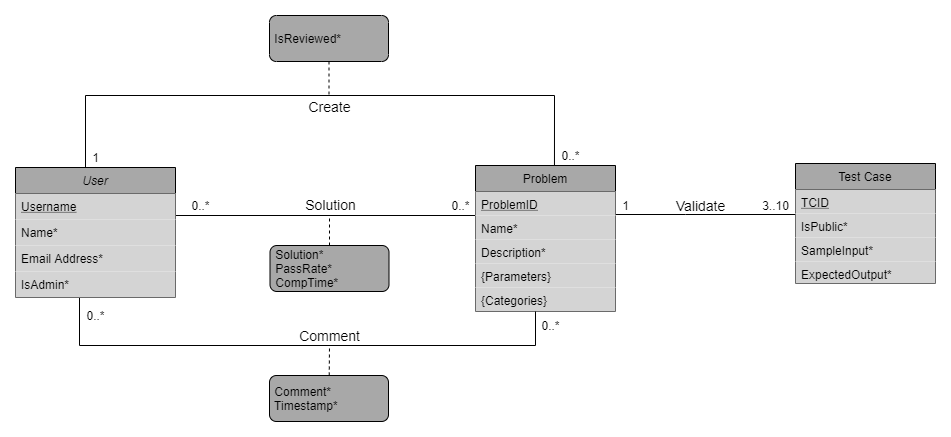
This is docs/img/CS360_Database_Design_Transparent.png from AlgoLearnWCSU/AlgoLearnApi, a draw.io export, as it was before one commit. Source tidied: cells renumbered, new cells last; positions are measured from the earlier drawing's top-left corner, leaving out a move shared by most shapes.
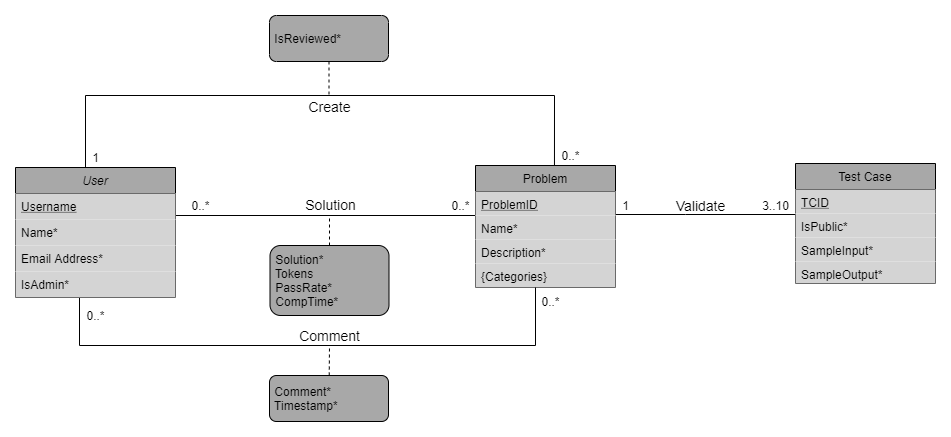
The same diagram one commit later.

Commit message:
#2 remove parameters, change expected to sample

Diff of the diagram source:
```diff
@@ -38,7 +38,7 @@
       </mxGeometry>
     </mxCell>
     <mxCell id="7" value="Problem" style="swimlane;fontStyle=0;horizontal=1;startSize=26;fillColor=#A8A8A8;" parent="1" vertex="1">
-      <mxGeometry x="460" y="150" width="140" height="146" as="geometry" />
+      <mxGeometry x="460" y="150" width="140" height="122" as="geometry" />
     </mxCell>
     <mxCell id="8" value="ProblemID&#10;" style="text;strokeColor=none;align=left;verticalAlign=top;spacingLeft=4;spacingRight=4;overflow=hidden;points=[[0,0.5],[1,0.5]];portConstraint=eastwest;fontStyle=4;fillColor=#D4D4D4;" parent="7" vertex="1">
       <mxGeometry y="26" width="140" height="24" as="geometry" />
@@ -49,11 +49,8 @@
     <mxCell id="10" value="Description*" style="text;strokeColor=none;align=left;verticalAlign=top;spacingLeft=4;spacingRight=4;overflow=hidden;fontStyle=0;fillColor=#D4D4D4;" parent="7" vertex="1">
       <mxGeometry y="74" width="140" height="24" as="geometry" />
     </mxCell>
-    <mxCell id="11" value="{Parameters}" style="text;strokeColor=none;align=left;verticalAlign=top;spacingLeft=4;spacingRight=4;overflow=hidden;fontStyle=0;fillColor=#D4D4D4;" parent="7" vertex="1">
-      <mxGeometry y="98" width="140" height="24" as="geometry" />
-    </mxCell>
     <mxCell id="12" value="{Categories}" style="text;strokeColor=none;align=left;verticalAlign=top;spacingLeft=4;spacingRight=4;overflow=hidden;fontStyle=0;fillColor=#D4D4D4;" parent="7" vertex="1">
-      <mxGeometry y="122" width="140" height="24" as="geometry" />
+      <mxGeometry y="98" width="140" height="24" as="geometry" />
     </mxCell>
     <mxCell id="13" value="0..*" style="text;html=1;align=center;verticalAlign=middle;" parent="1" vertex="1">
       <mxGeometry x="430" y="180" width="30" height="20" as="geometry" />
@@ -80,8 +77,8 @@
         <mxPoint x="314" y="200" as="targetPoint" />
       </mxGeometry>
     </mxCell>
-    <mxCell id="20" value="&amp;nbsp;Solution*&lt;br&gt;&amp;nbsp;PassRate*&lt;br&gt;&amp;nbsp;CompTime*" style="html=1;align=left;perimeter=rectanglePerimeter;rounded=1;fillColor=#A8A8A8;" parent="1" vertex="1">
-      <mxGeometry x="254.5" y="230" width="119" height="46" as="geometry" />
+    <mxCell id="20" value="&amp;nbsp;Solution*&lt;br&gt;&amp;nbsp;Tokens&lt;br&gt;&amp;nbsp;PassRate*&lt;br&gt;&amp;nbsp;CompTime*" style="html=1;align=left;perimeter=rectanglePerimeter;rounded=1;fillColor=#A8A8A8;" parent="1" vertex="1">
+      <mxGeometry x="254.5" y="230" width="119" height="70" as="geometry" />
     </mxCell>
     <mxCell id="21" style="edgeStyle=orthogonalEdgeStyle;rounded=0;jettySize=auto;html=1;entryX=0.4;entryY=0.962;entryDx=0;entryDy=0;entryPerimeter=0;endArrow=none;endFill=0;" parent="1" edge="1" source="7" target="39">
       <mxGeometry relative="1" as="geometry">
@@ -92,7 +89,7 @@
       </mxGeometry>
     </mxCell>
     <mxCell id="22" value="0..*" style="text;html=1;align=center;verticalAlign=middle;" parent="1" vertex="1">
-      <mxGeometry x="520" y="300" width="30" height="20" as="geometry" />
+      <mxGeometry x="520" y="276" width="30" height="20" as="geometry" />
     </mxCell>
     <mxCell id="23" value="0..*" style="text;html=1;align=center;verticalAlign=middle;" parent="1" vertex="1">
       <mxGeometry x="65" y="290" width="30" height="20" as="geometry" />
@@ -129,7 +126,7 @@
     <mxCell id="33" value="SampleInput*" style="text;strokeColor=none;align=left;verticalAlign=top;spacingLeft=4;spacingRight=4;overflow=hidden;fontStyle=0;fillColor=#D4D4D4;" parent="30" vertex="1">
       <mxGeometry y="74" width="140" height="24" as="geometry" />
     </mxCell>
-    <mxCell id="34" value="ExpectedOutput*" style="text;strokeColor=none;align=left;verticalAlign=top;spacingLeft=4;spacingRight=4;overflow=hidden;fontStyle=0;fillColor=#D4D4D4;" parent="30" vertex="1">
+    <mxCell id="34" value="SampleOutput*" style="text;strokeColor=none;align=left;verticalAlign=top;spacingLeft=4;spacingRight=4;overflow=hidden;fontStyle=0;fillColor=#D4D4D4;" parent="30" vertex="1">
       <mxGeometry y="98" width="140" height="22" as="geometry" />
     </mxCell>
     <mxCell id="35" value="User" style="swimlane;fontStyle=2;align=center;verticalAlign=top;horizontal=1;startSize=26;rounded=0;shadow=0;strokeWidth=1;fillColor=#A8A8A8;" parent="1" vertex="1">
```
